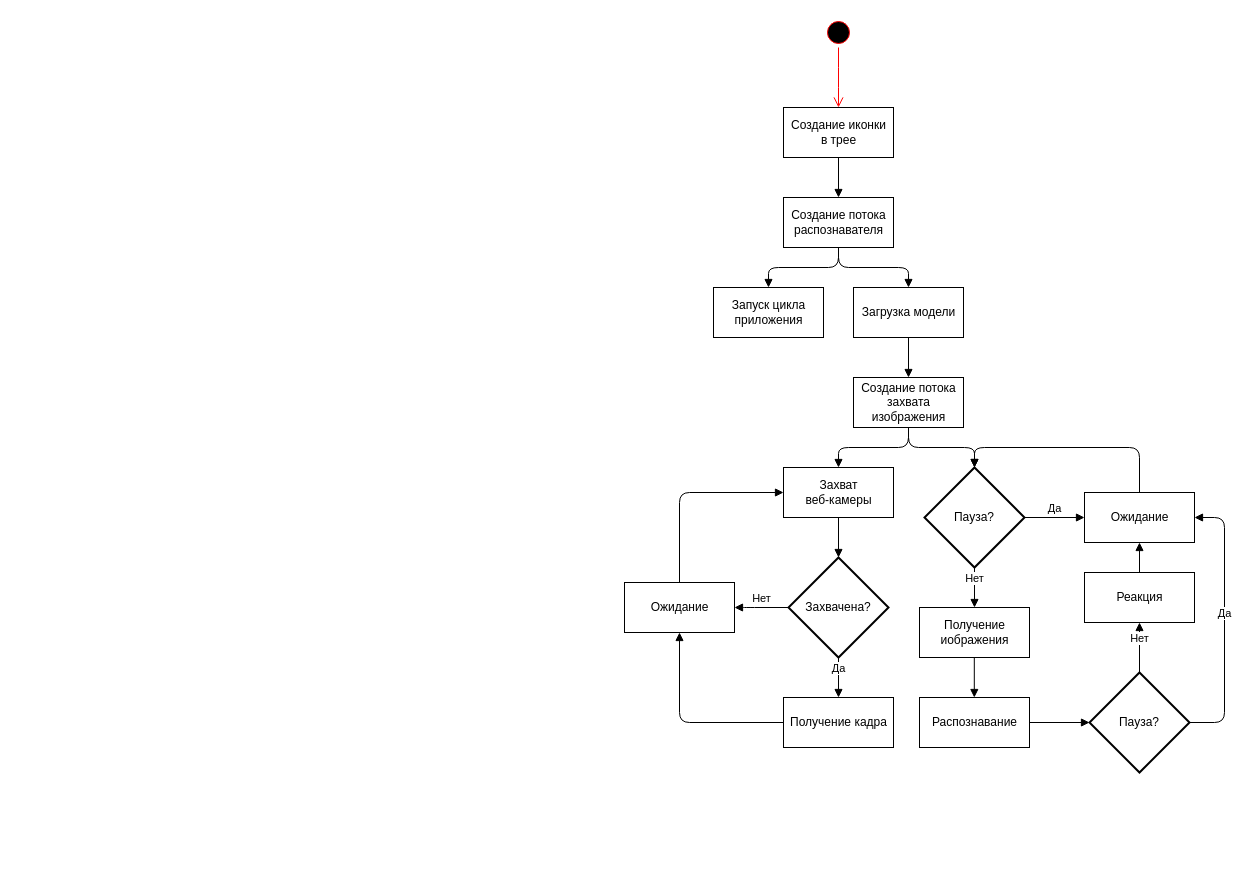
Above: application.drawio in yazimut/GestureControl (draw.io), before the change. Source tidied: cells renumbered, new cells numbered last; positions are measured from the earlier drawing's top-left corner, leaving out a move shared by most shapes. Both pictures are drawn from the tidied source at 100%, with x=0, y=0 at pixel (624, 17).
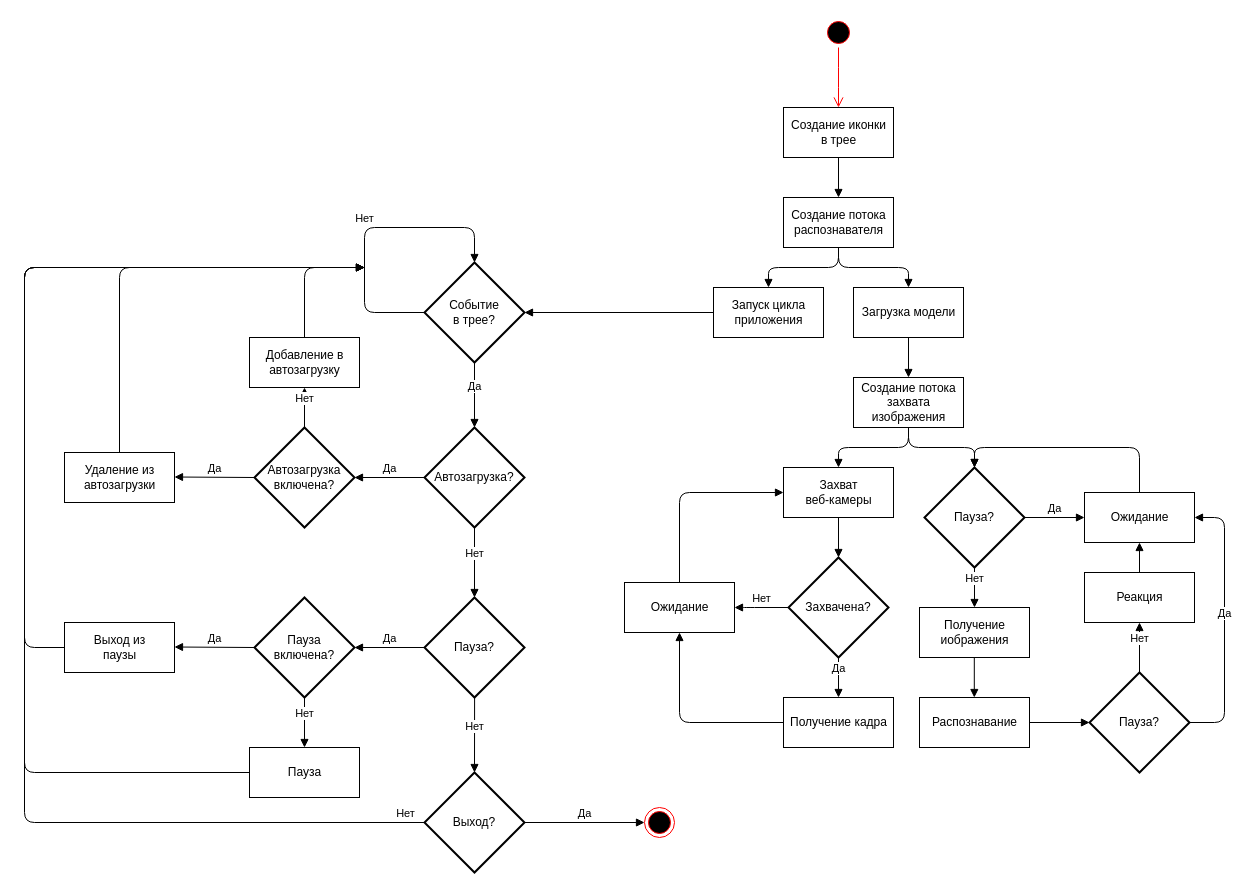
After the change.

Unchanged cells that the change refers to:
```xml
<mxCell id="7" value="Запуск цикла&lt;br&gt;приложения" style="html=1;" parent="1" vertex="1">
  <mxGeometry x="89" y="270" width="110" height="50" as="geometry" />
</mxCell>
```

What changed in the source:
```diff
@@
+    <mxCell id="38" style="html=1;verticalAlign=bottom;endArrow=block;exitX=0;exitY=0.5;exitDx=0;exitDy=0;entryX=1;entryY=0.5;entryDx=0;entryDy=0;entryPerimeter=0;" parent="1" edge="1" source="7" target="39">
+      <mxGeometry relative="1" as="geometry" />
+    </mxCell>
+    <mxCell id="39" value="Событие&lt;br&gt;в трее?" style="strokeWidth=2;html=1;shape=mxgraph.flowchart.decision;whiteSpace=wrap;" parent="1" vertex="1">
+      <mxGeometry x="-200" y="245" width="100" height="100" as="geometry" />
+    </mxCell>
+    <mxCell id="40" value="Нет" style="html=1;verticalAlign=bottom;endArrow=block;exitX=0;exitY=0.5;exitDx=0;exitDy=0;exitPerimeter=0;entryX=0.5;entryY=0;entryDx=0;entryDy=0;entryPerimeter=0;" parent="1" edge="1" source="39" target="39">
+      <mxGeometry relative="1" as="geometry">
+        <Array as="points">
+          <mxPoint x="-260" y="295" />
+          <mxPoint x="-260" y="210" />
+          <mxPoint x="-150" y="210" />
+        </Array>
+      </mxGeometry>
+    </mxCell>
+    <mxCell id="41" value="Да" style="html=1;verticalAlign=bottom;endArrow=block;exitX=0.5;exitY=1;exitDx=0;exitDy=0;exitPerimeter=0;entryX=0.5;entryY=0;entryDx=0;entryDy=0;entryPerimeter=0;" parent="1" edge="1" source="39" target="42">
+      <mxGeometry relative="1" as="geometry" />
+    </mxCell>
+    <mxCell id="42" value="Автозагрузка?" style="strokeWidth=2;html=1;shape=mxgraph.flowchart.decision;whiteSpace=wrap;" parent="1" vertex="1">
+      <mxGeometry x="-200" y="410" width="100" height="100" as="geometry" />
+    </mxCell>
+    <mxCell id="43" value="Да" style="html=1;verticalAlign=bottom;endArrow=block;exitX=0;exitY=0.5;exitDx=0;exitDy=0;exitPerimeter=0;entryX=1;entryY=0.5;entryDx=0;entryDy=0;entryPerimeter=0;" parent="1" edge="1" source="42" target="44">
+      <mxGeometry relative="1" as="geometry" />
+    </mxCell>
+    <mxCell id="44" value="Автозагрузка&lt;br&gt;включена?" style="strokeWidth=2;html=1;shape=mxgraph.flowchart.decision;whiteSpace=wrap;" parent="1" vertex="1">
+      <mxGeometry x="-370" y="410" width="100" height="100" as="geometry" />
+    </mxCell>
+    <mxCell id="45" value="Да" style="html=1;verticalAlign=bottom;endArrow=block;exitX=0;exitY=0.5;exitDx=0;exitDy=0;exitPerimeter=0;entryX=1;entryY=0.5;entryDx=0;entryDy=0;entryPerimeter=0;" parent="1" edge="1" source="44">
+      <mxGeometry relative="1" as="geometry">
+        <mxPoint x="-450" y="459.5" as="targetPoint" />
+      </mxGeometry>
+    </mxCell>
+    <mxCell id="46" value="Удаление из&lt;br&gt;автозагрузки" style="html=1;" parent="1" vertex="1">
+      <mxGeometry x="-560" y="435" width="110" height="50" as="geometry" />
+    </mxCell>
+    <mxCell id="47" value="Нет" style="html=1;verticalAlign=bottom;endArrow=block;exitX=0.5;exitY=0;exitDx=0;exitDy=0;exitPerimeter=0;" parent="1" edge="1" source="44">
+      <mxGeometry relative="1" as="geometry">
+        <mxPoint x="-320" y="370" as="targetPoint" />
+      </mxGeometry>
+    </mxCell>
+    <mxCell id="48" value="Добавление в&lt;br&gt;автозагрузку" style="html=1;" parent="1" vertex="1">
+      <mxGeometry x="-375" y="320" width="110" height="50" as="geometry" />
+    </mxCell>
+    <mxCell id="49" style="html=1;verticalAlign=bottom;endArrow=block;exitX=0.5;exitY=0;exitDx=0;exitDy=0;" parent="1" edge="1" source="46">
+      <mxGeometry relative="1" as="geometry">
+        <mxPoint x="-260" y="250" as="targetPoint" />
+        <Array as="points">
+          <mxPoint x="-505" y="250" />
+        </Array>
+      </mxGeometry>
+    </mxCell>
+    <mxCell id="50" style="html=1;verticalAlign=bottom;endArrow=block;exitX=0.5;exitY=0;exitDx=0;exitDy=0;" parent="1" edge="1" source="48">
+      <mxGeometry relative="1" as="geometry">
+        <mxPoint x="-260" y="250" as="targetPoint" />
+        <Array as="points">
+          <mxPoint x="-320" y="250" />
+        </Array>
+      </mxGeometry>
+    </mxCell>
+    <mxCell id="51" value="Нет" style="html=1;verticalAlign=bottom;endArrow=block;exitX=0.5;exitY=1;exitDx=0;exitDy=0;exitPerimeter=0;entryX=0.5;entryY=0;entryDx=0;entryDy=0;entryPerimeter=0;" parent="1" edge="1" source="42" target="52">
+      <mxGeometry relative="1" as="geometry" />
+    </mxCell>
+    <mxCell id="52" value="Пауза?" style="strokeWidth=2;html=1;shape=mxgraph.flowchart.decision;whiteSpace=wrap;" parent="1" vertex="1">
+      <mxGeometry x="-200" y="580" width="100" height="100" as="geometry" />
+    </mxCell>
+    <mxCell id="53" value="Нет" style="html=1;verticalAlign=bottom;endArrow=block;exitX=0.501;exitY=1;exitDx=0;exitDy=0;exitPerimeter=0;entryX=0.5;entryY=0;entryDx=0;entryDy=0;entryPerimeter=0;" parent="1" edge="1" source="52" target="54">
+      <mxGeometry relative="1" as="geometry" />
+    </mxCell>
+    <mxCell id="54" value="Выход?" style="strokeWidth=2;html=1;shape=mxgraph.flowchart.decision;whiteSpace=wrap;" parent="1" vertex="1">
+      <mxGeometry x="-200" y="755" width="100" height="100" as="geometry" />
+    </mxCell>
+    <mxCell id="55" value="Да" style="html=1;verticalAlign=bottom;endArrow=block;exitX=1;exitY=0.5;exitDx=0;exitDy=0;exitPerimeter=0;entryX=0;entryY=0.5;entryDx=0;entryDy=0;" parent="1" edge="1" source="54" target="56">
+      <mxGeometry relative="1" as="geometry" />
+    </mxCell>
+    <mxCell id="56" style="ellipse;html=1;shape=endState;fillColor=#000000;strokeColor=#ff0000;" parent="1" vertex="1">
+      <mxGeometry x="20" y="790" width="30" height="30" as="geometry" />
+    </mxCell>
+    <mxCell id="57" value="Да" style="html=1;verticalAlign=bottom;endArrow=block;exitX=0;exitY=0.5;exitDx=0;exitDy=0;exitPerimeter=0;entryX=1;entryY=0.5;entryDx=0;entryDy=0;entryPerimeter=0;" parent="1" edge="1" source="52" target="58">
+      <mxGeometry relative="1" as="geometry" />
+    </mxCell>
+    <mxCell id="58" value="Пауза&lt;br&gt;включена?" style="strokeWidth=2;html=1;shape=mxgraph.flowchart.decision;whiteSpace=wrap;" parent="1" vertex="1">
+      <mxGeometry x="-370" y="580" width="100" height="100" as="geometry" />
+    </mxCell>
+    <mxCell id="59" value="Да" style="html=1;verticalAlign=bottom;endArrow=block;exitX=0;exitY=0.5;exitDx=0;exitDy=0;exitPerimeter=0;entryX=1;entryY=0.5;entryDx=0;entryDy=0;entryPerimeter=0;" parent="1" edge="1" source="58">
+      <mxGeometry relative="1" as="geometry">
+        <mxPoint x="-450" y="629.5" as="targetPoint" />
+      </mxGeometry>
+    </mxCell>
+    <mxCell id="60" value="Выход из&lt;br&gt;паузы" style="html=1;" parent="1" vertex="1">
+      <mxGeometry x="-560" y="605" width="110" height="50" as="geometry" />
+    </mxCell>
+    <mxCell id="61" value="Пауза" style="html=1;" parent="1" vertex="1">
+      <mxGeometry x="-375" y="730" width="110" height="50" as="geometry" />
+    </mxCell>
+    <mxCell id="62" value="Нет" style="html=1;verticalAlign=bottom;endArrow=block;exitX=0.5;exitY=1;exitDx=0;exitDy=0;exitPerimeter=0;entryX=0.5;entryY=0;entryDx=0;entryDy=0;" parent="1" edge="1" source="58" target="61">
+      <mxGeometry relative="1" as="geometry" />
+    </mxCell>
+    <mxCell id="63" style="html=1;verticalAlign=bottom;endArrow=block;exitX=0;exitY=0.5;exitDx=0;exitDy=0;" parent="1" edge="1" source="60">
+      <mxGeometry relative="1" as="geometry">
+        <mxPoint x="-260" y="250" as="targetPoint" />
+        <Array as="points">
+          <mxPoint x="-600" y="630" />
+          <mxPoint x="-600" y="250" />
+        </Array>
+      </mxGeometry>
+    </mxCell>
+    <mxCell id="64" style="html=1;verticalAlign=bottom;endArrow=block;exitX=0;exitY=0.5;exitDx=0;exitDy=0;" parent="1" edge="1" source="61">
+      <mxGeometry relative="1" as="geometry">
+        <mxPoint x="-260" y="250" as="targetPoint" />
+        <Array as="points">
+          <mxPoint x="-600" y="755" />
+          <mxPoint x="-600" y="250" />
+        </Array>
+      </mxGeometry>
+    </mxCell>
+    <mxCell id="65" value="Нет" style="html=1;verticalAlign=bottom;endArrow=block;exitX=0;exitY=0.5;exitDx=0;exitDy=0;exitPerimeter=0;" parent="1" edge="1" source="54">
+      <mxGeometry x="-0.97" relative="1" as="geometry">
+        <mxPoint x="-260" y="250" as="targetPoint" />
+        <Array as="points">
+          <mxPoint x="-600" y="805" />
+          <mxPoint x="-600" y="250" />
+        </Array>
+      </mxGeometry>
+    </mxCell>
```
